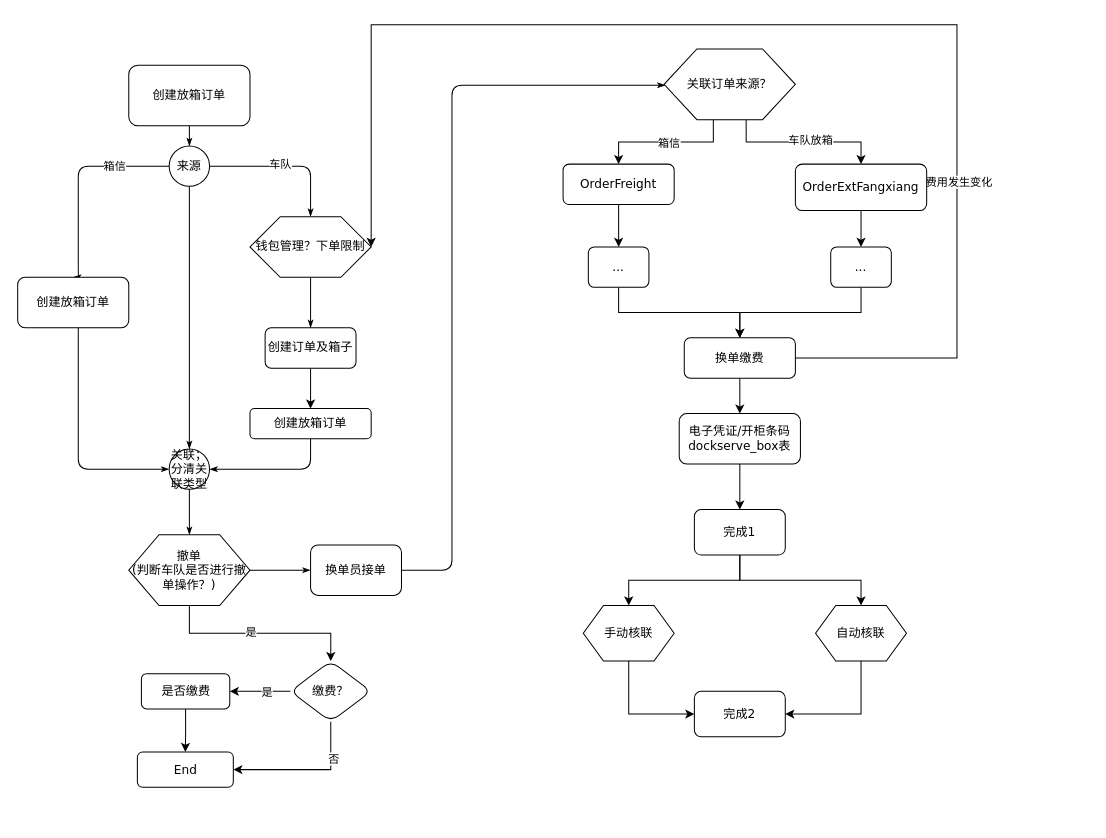
Earlier version of the draw.io diagram 放箱.drawio (gongyao1992/draw). Source tidied: cells renumbered, new cells numbered last; positions are measured from the earlier drawing's top-left corner, leaving out a move shared by most shapes. Both pictures are drawn from the tidied source at 101%, with x=0, y=0 at pixel (17, 24).
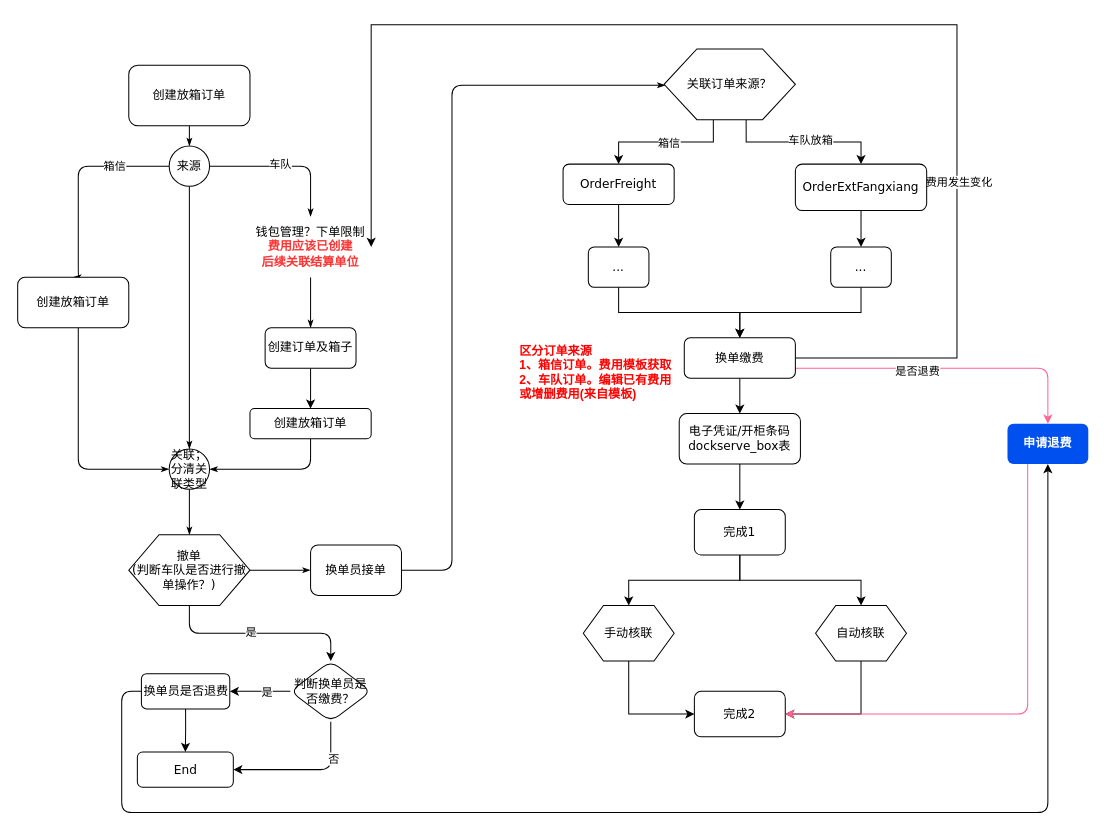
The same page after the edit.

The change refers to these unchanged cells:
```xml
<mxCell id="21" value="撤单&lt;br&gt;(判断车队是否进行撤单操作？)" style="shape=hexagon;perimeter=hexagonPerimeter;whiteSpace=wrap;html=1;rounded=0;shadow=0;labelBackgroundColor=none;strokeWidth=1;fontFamily=Verdana;fontSize=12;align=center;" parent="1" vertex="1">
  <mxGeometry x="110" y="505" width="120" height="70" as="geometry" />
</mxCell>
<mxCell id="34" value="换单缴费" style="rounded=1;whiteSpace=wrap;html=1;shadow=0;labelBackgroundColor=none;strokeWidth=1;fontFamily=Verdana;fontSize=12;align=center;" parent="1" vertex="1">
  <mxGeometry x="660" y="310" width="110" height="40" as="geometry" />
</mxCell>
<mxCell id="42" value="End" style="rounded=1;whiteSpace=wrap;html=1;shadow=0;labelBackgroundColor=none;strokeWidth=1;fontFamily=Verdana;fontSize=12;align=center;" parent="1" vertex="1">
  <mxGeometry x="118.5" y="720" width="95" height="35" as="geometry" />
</mxCell>
<mxCell id="60" value="完成2" style="rounded=1;whiteSpace=wrap;html=1;shadow=0;labelBackgroundColor=none;strokeWidth=1;fontFamily=Verdana;fontSize=12;align=center;" parent="1" vertex="1">
  <mxGeometry x="670" y="660" width="90" height="45" as="geometry" />
</mxCell>
```

Diff of the diagram source:
```diff
@@
-<mxGraphModel background="#ffffff">
+<mxGraphModel>
@@
-    <mxCell id="11" value="钱包管理？下单限制" style="shape=hexagon;perimeter=hexagonPerimeter;whiteSpace=wrap;html=1;rounded=0;shadow=0;labelBackgroundColor=none;strokeWidth=1;fontFamily=Verdana;fontSize=12;align=center;" parent="1" vertex="1">
+    <mxCell id="11" value="钱包管理？下单限制&lt;br&gt;&lt;b&gt;&lt;font color=&quot;#ff3333&quot;&gt;费用应该已创建&lt;br&gt;后续关联结算单位&lt;/font&gt;&lt;/b&gt;" style="shape=hexagon;perimeter=hexagonPerimeter;whiteSpace=wrap;html=1;rounded=0;shadow=0;labelBackgroundColor=none;strokeWidth=1;fontFamily=Verdana;fontSize=12;align=center;strokeColor=none;" parent="1" vertex="1">
       <mxGeometry x="230" y="190" width="120" height="60" as="geometry" />
     </mxCell>
@@
-    <mxCell id="19" style="edgeStyle=orthogonalEdgeStyle;rounded=0;jettySize=auto;html=1;exitX=0.5;exitY=1;exitDx=0;exitDy=0;" parent="1" edge="1" source="21" target="47">
+    <mxCell id="19" style="edgeStyle=orthogonalEdgeStyle;rounded=1;jettySize=auto;html=1;exitX=0.5;exitY=1;exitDx=0;exitDy=0;" parent="1" edge="1" source="21" target="47">
       <mxGeometry relative="1" as="geometry" />
     </mxCell>
@@
+    <mxCell id="61" style="edgeStyle=orthogonalEdgeStyle;rounded=1;sketch=0;jettySize=auto;html=1;exitX=1;exitY=0.75;exitDx=0;exitDy=0;entryX=0.5;entryY=0;entryDx=0;entryDy=0;strokeColor=#FF6392;fillColor=#FFE45E;fontColor=#5AA9E6;" parent="1" edge="1" source="34" target="66">
+      <mxGeometry relative="1" as="geometry" />
+    </mxCell>
+    <mxCell id="62" value="是否退费" style="edgeLabel;html=1;align=center;verticalAlign=middle;" parent="61" vertex="1">
+      <mxGeometry x="-0.21" y="-2" relative="1" as="geometry" />
+    </mxCell>
@@
+    <mxCell id="63" style="edgeStyle=orthogonalEdgeStyle;rounded=1;jettySize=auto;html=1;exitX=0;exitY=0.5;exitDx=0;exitDy=0;entryX=0.5;entryY=1;entryDx=0;entryDy=0;" parent="1" edge="1" source="41" target="66">
+      <mxGeometry relative="1" as="geometry">
+        <Array as="points">
+          <mxPoint x="103" y="660" />
+          <mxPoint x="103" y="780" />
+          <mxPoint x="1020" y="780" />
+        </Array>
+      </mxGeometry>
+    </mxCell>
-    <mxCell id="41" value="是否缴费" style="rounded=1;whiteSpace=wrap;html=1;shadow=0;labelBackgroundColor=none;strokeWidth=1;fontFamily=Verdana;fontSize=12;align=center;" parent="1" vertex="1">
+    <mxCell id="41" value="换单员是否退费" style="rounded=1;whiteSpace=wrap;html=1;shadow=0;labelBackgroundColor=none;strokeWidth=1;fontFamily=Verdana;fontSize=12;align=center;" parent="1" vertex="1">
       <mxGeometry x="122.5" y="642.5" width="87.5" height="35" as="geometry" />
     </mxCell>
@@
-    <mxCell id="43" style="edgeStyle=orthogonalEdgeStyle;rounded=0;jettySize=auto;html=1;exitX=0.5;exitY=1;exitDx=0;exitDy=0;entryX=1;entryY=0.5;entryDx=0;entryDy=0;" parent="1" edge="1" source="47" target="42">
+    <mxCell id="43" style="edgeStyle=orthogonalEdgeStyle;rounded=1;jettySize=auto;html=1;exitX=0.5;exitY=1;exitDx=0;exitDy=0;entryX=1;entryY=0.5;entryDx=0;entryDy=0;" parent="1" edge="1" source="47" target="42">
       <mxGeometry relative="1" as="geometry" />
     </mxCell>
@@
-    <mxCell id="47" value="缴费？" style="rhombus;whiteSpace=wrap;html=1;rounded=1;shadow=0;fontFamily=Verdana;strokeWidth=1;" parent="1" vertex="1">
+    <mxCell id="47" value="判断换单员是否缴费？" style="rhombus;whiteSpace=wrap;html=1;rounded=1;shadow=0;fontFamily=Verdana;strokeWidth=1;" parent="1" vertex="1">
       <mxGeometry x="270" y="630" width="80" height="60" as="geometry" />
     </mxCell>
@@
+    <mxCell id="64" value="区分订单来源&lt;br&gt;1、箱信订单。费用模板获取&lt;br&gt;2、车队订单。编辑已有费用或增删费用(来自模板)" style="text;html=1;strokeColor=none;fillColor=none;align=left;verticalAlign=middle;whiteSpace=wrap;rounded=0;fontStyle=1;fontColor=#FF0000;" parent="1" vertex="1">
+      <mxGeometry x="495" y="330" width="160" height="27.5" as="geometry" />
+    </mxCell>
+    <mxCell id="65" style="edgeStyle=orthogonalEdgeStyle;rounded=1;sketch=0;jettySize=auto;html=1;exitX=0.25;exitY=1;exitDx=0;exitDy=0;entryX=1;entryY=0.5;entryDx=0;entryDy=0;strokeColor=#FF6392;fillColor=#FFE45E;fontColor=#5AA9E6;" parent="1" edge="1" source="66" target="60">
+      <mxGeometry relative="1" as="geometry" />
+    </mxCell>
+    <mxCell id="66" value="&lt;b&gt;&lt;font&gt;申请退费&lt;/font&gt;&lt;/b&gt;" style="rounded=1;whiteSpace=wrap;html=1;fillColor=#0050ef;fontColor=#ffffff;strokeColor=none;" parent="1" vertex="1">
+      <mxGeometry x="980" y="395" width="80" height="40" as="geometry" />
+    </mxCell>
```
